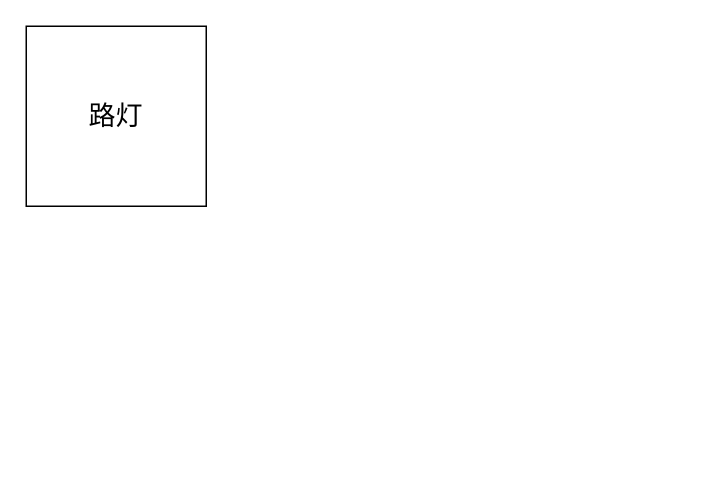
Earlier version of the draw.io diagram fudoc.drawio (fuliteng/InitRes). Source tidied: cells renumbered, new cells numbered last; positions are measured from the earlier drawing's top-left corner, leaving out a move shared by most shapes. Both pictures are drawn from the tidied source at 150%, with x=0, y=0 at pixel (26, 26).
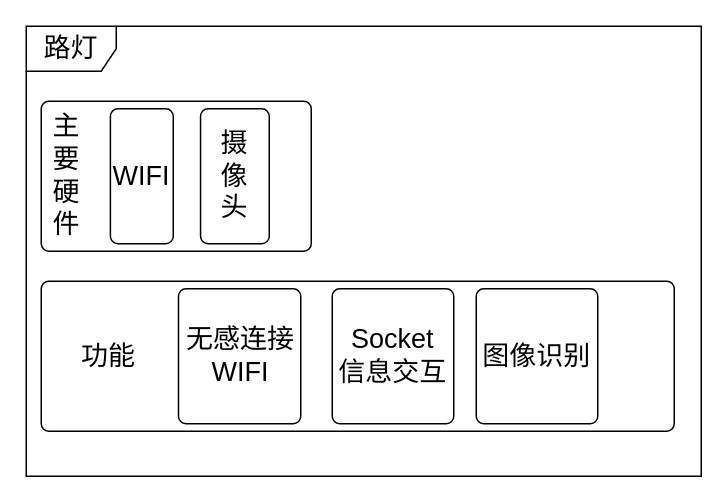
The same page after the edit.

Change to the diagram source:
```diff
@@
 <mxGraphModel>
   <root>
     <mxCell id="0" />
     <mxCell id="1" parent="0" />
+    <mxCell id="3" style="rounded=1;absoluteArcSize=1;html=1;arcSize=10;fontSize=18;align=left;" parent="1" vertex="1">
+      <mxGeometry x="10" y="50" width="180" height="100" as="geometry" />
+    </mxCell>
+    <mxCell id="4" value="主要硬件" style="html=1;shape=mxgraph.er.anchor;whiteSpace=wrap;fontSize=18;align=left;" parent="3" vertex="1">
+      <mxGeometry x="6" width="28.1" height="100" as="geometry" />
+    </mxCell>
+    <mxCell id="5" value="WIFI" style="rounded=1;absoluteArcSize=1;html=1;arcSize=10;whiteSpace=wrap;strokeColor=inherit;fillColor=inherit;fontSize=18;align=left;" parent="3" vertex="1">
+      <mxGeometry x="46.1" y="5" width="41.9" height="90" as="geometry" />
+    </mxCell>
+    <mxCell id="6" value="摄&lt;br&gt;像&lt;br&gt;头" style="rounded=1;absoluteArcSize=1;html=1;arcSize=10;whiteSpace=wrap;strokeColor=inherit;fillColor=inherit;fontSize=18;align=center;" parent="3" vertex="1">
+      <mxGeometry x="106.2" y="5" width="45.8" height="90" as="geometry" />
+    </mxCell>
+    <mxCell id="7" style="rounded=1;absoluteArcSize=1;html=1;arcSize=10;fontSize=18;align=center;" parent="1" vertex="1">
+      <mxGeometry x="10" y="170" width="422" height="100" as="geometry" />
+    </mxCell>
+    <mxCell id="8" value="功能" style="html=1;shape=mxgraph.er.anchor;whiteSpace=wrap;fontSize=18;align=center;" parent="7" vertex="1">
+      <mxGeometry width="90" height="100" as="geometry" />
+    </mxCell>
+    <mxCell id="9" value="无感连接WIFI" style="rounded=1;absoluteArcSize=1;html=1;arcSize=10;whiteSpace=wrap;strokeColor=inherit;fillColor=inherit;fontSize=18;align=center;" parent="7" vertex="1">
+      <mxGeometry x="91.5" y="5" width="81.5" height="90" as="geometry" />
+    </mxCell>
+    <mxCell id="10" value="Socket&lt;br&gt;信息交互" style="rounded=1;absoluteArcSize=1;html=1;arcSize=10;whiteSpace=wrap;strokeColor=inherit;fillColor=inherit;fontSize=18;align=center;" parent="7" vertex="1">
+      <mxGeometry x="194" y="5" width="81" height="90" as="geometry" />
+    </mxCell>
+    <mxCell id="11" value="图像识别" style="rounded=1;absoluteArcSize=1;html=1;arcSize=10;whiteSpace=wrap;strokeColor=inherit;fillColor=inherit;fontSize=18;align=center;" parent="7" vertex="1">
+      <mxGeometry x="290" y="5" width="81" height="90" as="geometry" />
+    </mxCell>
-    <mxCell id="2" value="&lt;font style=&quot;font-size: 18px&quot;&gt;路灯&lt;/font&gt;" style="whiteSpace=wrap;html=1;" parent="1" vertex="1">
-      <mxGeometry width="120" height="120" as="geometry" />
+    <mxCell id="2" value="&lt;font style=&quot;font-size: 18px&quot;&gt;路灯&lt;/font&gt;" style="shape=umlFrame;whiteSpace=wrap;html=1;fontSize=18;align=center;" parent="1" vertex="1">
+      <mxGeometry width="450" height="300" as="geometry" />
     </mxCell>
   </root>
 </mxGraphModel>
```
